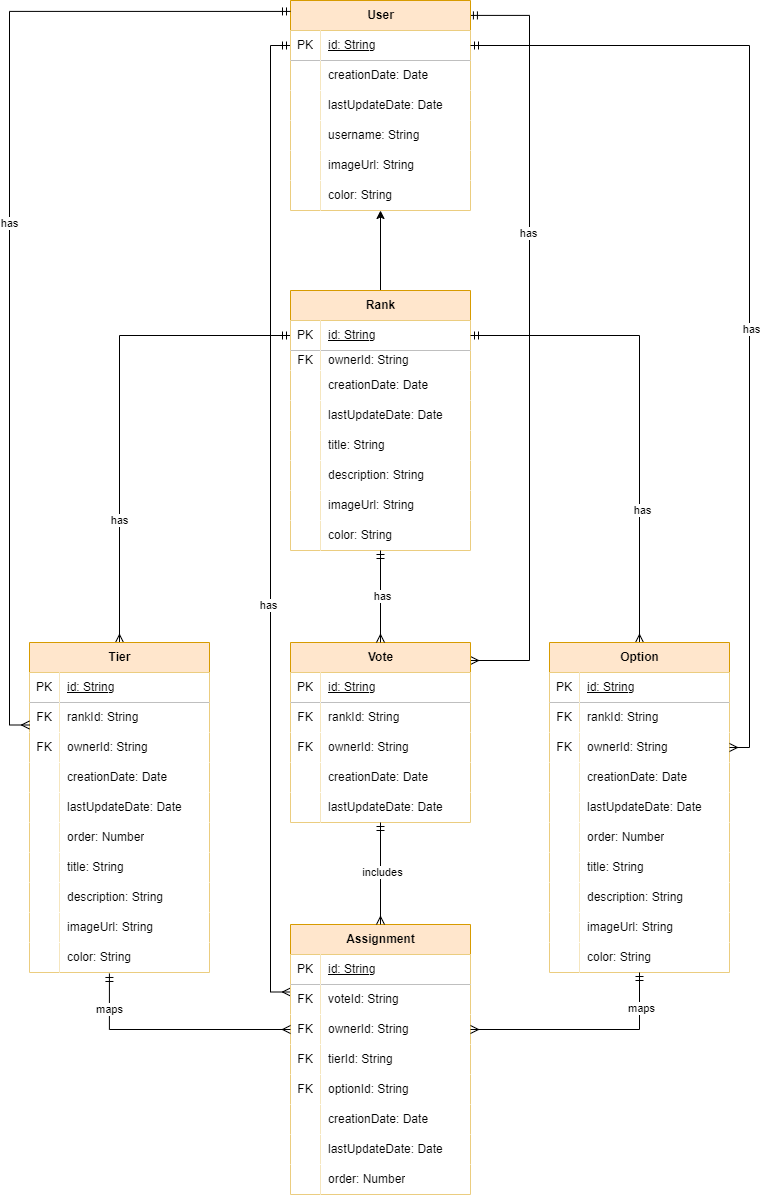
Above: docs/DomainEntities.png in BrunoMNDantas/Ranker (draw.io), before the change. Source tidied: cells renumbered, new cells last; positions are measured from the earlier drawing's top-left corner, leaving out a move shared by most shapes.
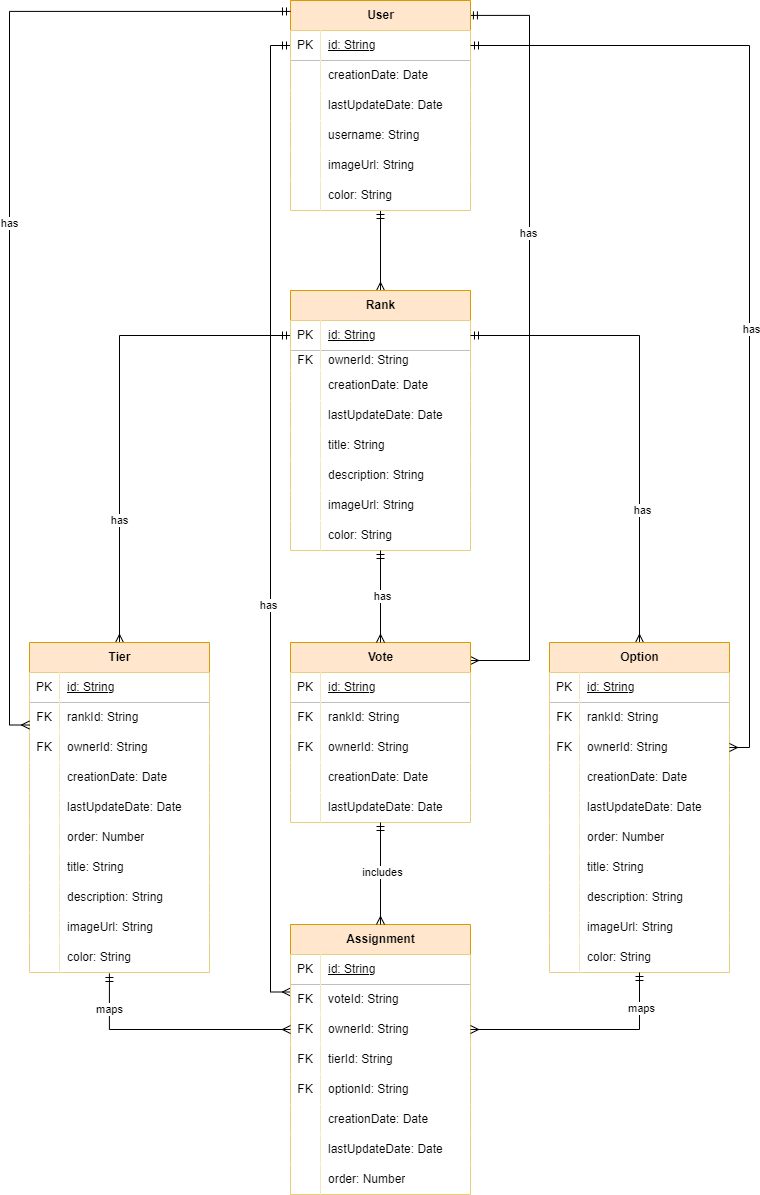
After the change.

Commit message:
DomainEntities diagram fixed

Diff of the diagram source:
```diff
@@ -101,7 +101,7 @@
     <mxCell id="34" value="color: String" style="shape=partialRectangle;fillColor=default;top=0;left=0;bottom=0;right=0;align=left;spacingLeft=6;overflow=hidden;whiteSpace=wrap;html=1;" parent="32" vertex="1">
       <mxGeometry x="30" width="150" height="30" as="geometry" />
     </mxCell>
-    <mxCell id="35" style="edgeStyle=orthogonalEdgeStyle;rounded=0;jettySize=auto;html=1;exitX=0.5;exitY=0;exitDx=0;exitDy=0;entryX=0.5;entryY=1;entryDx=0;entryDy=0;" parent="1" edge="1" source="36" target="147">
+    <mxCell id="35" style="edgeStyle=orthogonalEdgeStyle;rounded=0;jettySize=auto;html=1;exitX=0.5;exitY=0;exitDx=0;exitDy=0;entryX=0.5;entryY=1;entryDx=0;entryDy=0;endArrow=ERmandOne;endFill=0;startArrow=ERmany;startFill=0;" parent="1" edge="1" source="36" target="147">
       <mxGeometry relative="1" as="geometry" />
     </mxCell>
     <mxCell id="36" value="Rank" style="shape=table;startSize=30;rowLines=0;fontStyle=1;align=center;html=1;fillColor=#ffe6cc;strokeColor=#d79b00;fillStyle=solid;" parent="1" vertex="1">
```
